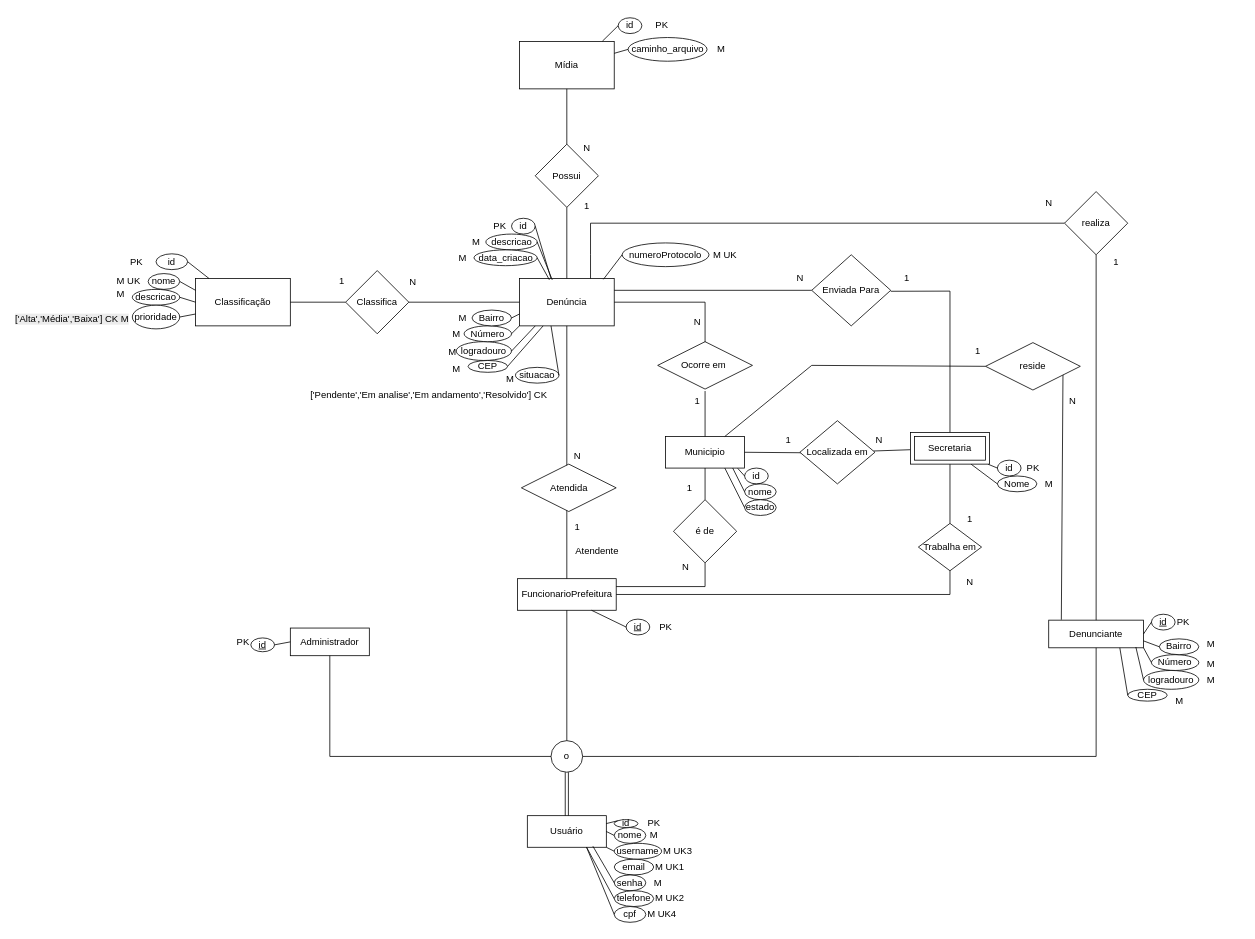
Above: Outras_disciplinas/Banco de Dados/FalaCidade.drawio in RRomano00/Fala-Cidade (draw.io), before the change. Source tidied: cells renumbered, new cells numbered last; positions are measured from the earlier drawing's top-left corner, leaving out a move shared by most shapes. Both pictures are drawn from the tidied source at 79%, with x=0, y=0 at pixel (13, 13).
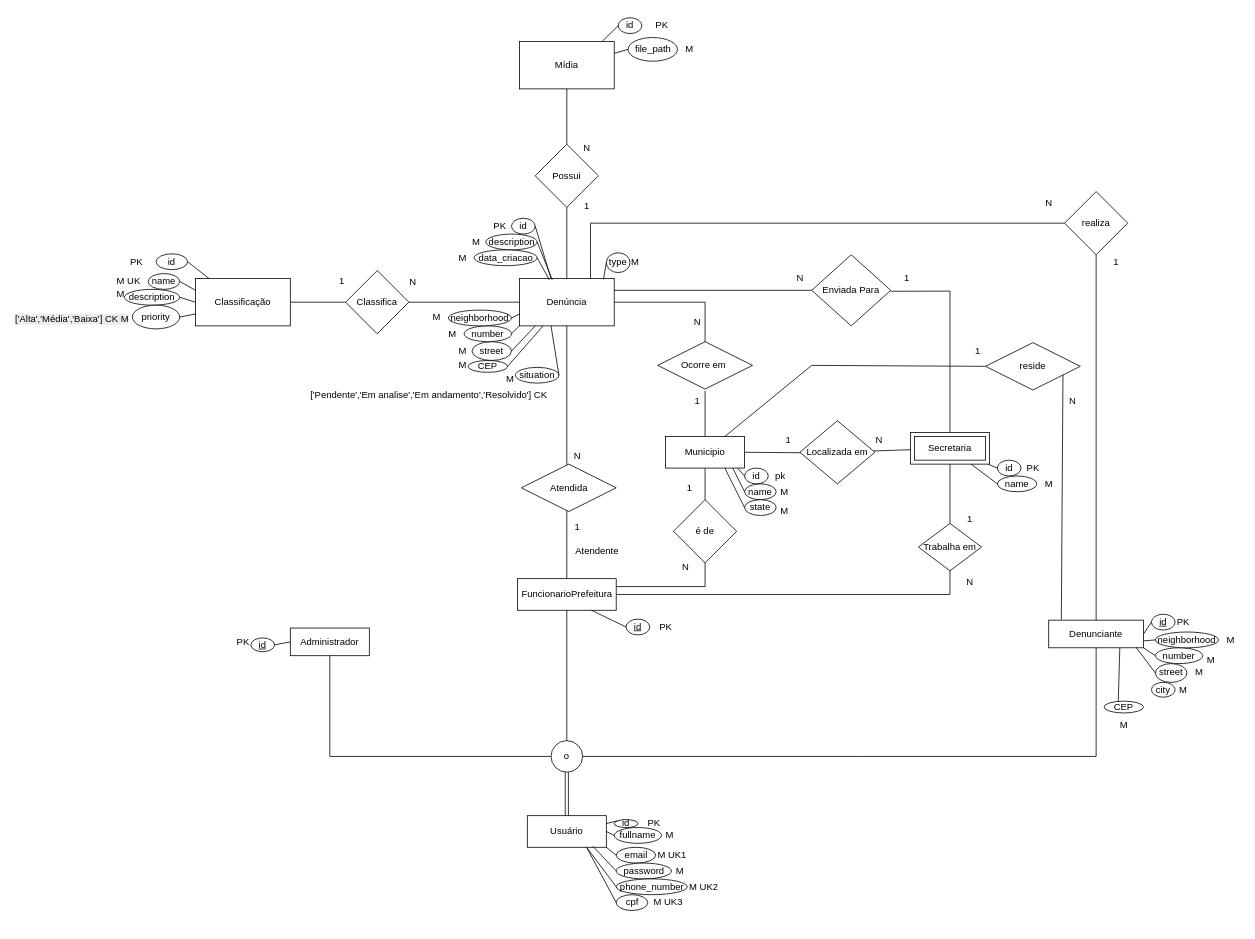
The same diagram, later.

Commit message:
feat: traducao do MER para ingles

Unchanged cells that the change refers to:
```xml
<mxCell id="2" value="Usuário" style="whiteSpace=wrap;html=1;align=center;" parent="1" vertex="1">
  <mxGeometry x="650" y="1015" width="100" height="40" as="geometry" />
</mxCell>
<mxCell id="30" value="&lt;div&gt;&lt;span style=&quot;background-color: transparent; color: light-dark(rgb(0, 0, 0), rgb(255, 255, 255));&quot;&gt;Denunciante&lt;/span&gt;&lt;/div&gt;" style="whiteSpace=wrap;html=1;" parent="1" vertex="1">
  <mxGeometry x="1310" y="767.5" width="120" height="35" as="geometry" />
</mxCell>
```

Change to the diagram source:
```diff
@@
-    <mxCell id="4" value="nome" style="ellipse;whiteSpace=wrap;html=1;" parent="1" vertex="1">
-      <mxGeometry x="760" y="1030" width="40" height="20" as="geometry" />
+    <mxCell id="4" value="fullname" style="ellipse;whiteSpace=wrap;html=1;" parent="1" vertex="1">
+      <mxGeometry x="760" y="1030" width="60" height="20" as="geometry" />
     </mxCell>
     <mxCell id="5" value="email" style="ellipse;whiteSpace=wrap;html=1;" parent="1" vertex="1">
-      <mxGeometry x="760" y="1070" width="50" height="20" as="geometry" />
+      <mxGeometry x="762.5" y="1055" width="50" height="20" as="geometry" />
     </mxCell>
-    <mxCell id="6" value="senha" style="ellipse;whiteSpace=wrap;html=1;" parent="1" vertex="1">
-      <mxGeometry x="760" y="1090" width="40" height="20" as="geometry" />
+    <mxCell id="6" value="password" style="ellipse;whiteSpace=wrap;html=1;" parent="1" vertex="1">
+      <mxGeometry x="762.5" y="1075" width="70" height="20" as="geometry" />
     </mxCell>
-    <mxCell id="7" value="telefone" style="ellipse;whiteSpace=wrap;html=1;" parent="1" vertex="1">
-      <mxGeometry x="760" y="1110" width="50" height="20" as="geometry" />
+    <mxCell id="7" value="phone_number" style="ellipse;whiteSpace=wrap;html=1;" parent="1" vertex="1">
+      <mxGeometry x="762.5" y="1095" width="90" height="20" as="geometry" />
     </mxCell>
@@
     <mxCell id="9" value="M" style="text;html=1;align=center;verticalAlign=middle;strokeColor=none;fillColor=none;" parent="1" vertex="1">
-      <mxGeometry x="795" y="1025" width="30" height="30" as="geometry" />
+      <mxGeometry x="815" y="1025" width="30" height="30" as="geometry" />
     </mxCell>
     <mxCell id="10" value="M UK1" style="text;html=1;align=center;verticalAlign=middle;strokeColor=none;fillColor=none;" parent="1" vertex="1">
-      <mxGeometry x="800" y="1065" width="60" height="30" as="geometry" />
+      <mxGeometry x="802.5" y="1050" width="60" height="30" as="geometry" />
     </mxCell>
     <mxCell id="11" value="M" style="text;html=1;align=center;verticalAlign=middle;strokeColor=none;fillColor=none;" parent="1" vertex="1">
-      <mxGeometry x="800" y="1085" width="30" height="30" as="geometry" />
+      <mxGeometry x="827.5" y="1070" width="30" height="30" as="geometry" />
     </mxCell>
     <mxCell id="12" value="M UK2" style="text;html=1;align=center;verticalAlign=middle;strokeColor=none;fillColor=none;" parent="1" vertex="1">
-      <mxGeometry x="800" y="1105" width="60" height="30" as="geometry" />
+      <mxGeometry x="842.5" y="1090" width="60" height="30" as="geometry" />
     </mxCell>
@@
-    <mxCell id="23" value="username" style="ellipse;whiteSpace=wrap;html=1;" parent="1" vertex="1">
-      <mxGeometry x="760" y="1050" width="60" height="20" as="geometry" />
-    </mxCell>
-    <mxCell id="24" style="endArrow=none;html=1;rounded=0;exitX=1;exitY=1;exitDx=0;exitDy=0;entryX=0;entryY=0.5;entryDx=0;entryDy=0;" parent="1" edge="1" source="2" target="23">
-      <mxGeometry relative="1" as="geometry" />
-    </mxCell>
-    <mxCell id="25" value="M UK3" style="text;html=1;align=center;verticalAlign=middle;strokeColor=none;fillColor=none;" parent="1" vertex="1">
-      <mxGeometry x="810" y="1045" width="60" height="30" as="geometry" />
-    </mxCell>
@@
-    <mxCell id="51" value="Nome" style="ellipse;whiteSpace=wrap;html=1;" parent="1" vertex="1">
+    <mxCell id="51" value="name" style="ellipse;whiteSpace=wrap;html=1;" parent="1" vertex="1">
       <mxGeometry x="1245" y="585" width="50" height="20" as="geometry" />
     </mxCell>
@@
-    <mxCell id="61" value="nome" style="ellipse;whiteSpace=wrap;html=1;" parent="1" vertex="1">
+    <mxCell id="61" value="name" style="ellipse;whiteSpace=wrap;html=1;" parent="1" vertex="1">
       <mxGeometry x="925" y="595" width="40" height="20" as="geometry" />
     </mxCell>
-    <mxCell id="62" value="estado" style="ellipse;whiteSpace=wrap;html=1;" parent="1" vertex="1">
+    <mxCell id="62" value="state" style="ellipse;whiteSpace=wrap;html=1;" parent="1" vertex="1">
       <mxGeometry x="925" y="615" width="40" height="20" as="geometry" />
     </mxCell>
@@
-    <mxCell id="75" value="descricao" style="ellipse;whiteSpace=wrap;html=1;" parent="1" vertex="1">
+    <mxCell id="75" value="description" style="ellipse;whiteSpace=wrap;html=1;" parent="1" vertex="1">
       <mxGeometry x="597.5" y="278.8" width="65" height="20" as="geometry" />
     </mxCell>
@@
     <mxCell id="83" value="cpf" style="ellipse;whiteSpace=wrap;html=1;" parent="1" vertex="1">
-      <mxGeometry x="760" y="1130" width="40" height="20" as="geometry" />
+      <mxGeometry x="762.5" y="1115" width="40" height="20" as="geometry" />
     </mxCell>
@@
-    <mxCell id="85" value="M UK4" style="text;html=1;align=center;verticalAlign=middle;strokeColor=none;fillColor=none;" parent="1" vertex="1">
-      <mxGeometry x="790" y="1125" width="60" height="30" as="geometry" />
+    <mxCell id="85" value="M UK3" style="text;html=1;align=center;verticalAlign=middle;strokeColor=none;fillColor=none;" parent="1" vertex="1">
+      <mxGeometry x="797.5" y="1110" width="60" height="30" as="geometry" />
     </mxCell>
-    <mxCell id="86" value="situacao" style="ellipse;whiteSpace=wrap;html=1;" parent="1" vertex="1">
+    <mxCell id="86" value="situation" style="ellipse;whiteSpace=wrap;html=1;" parent="1" vertex="1">
       <mxGeometry x="635" y="447.5" width="55" height="20" as="geometry" />
     </mxCell>
@@
-    <mxCell id="97" value="logradouro" style="ellipse;whiteSpace=wrap;html=1;align=center;" parent="1" vertex="1">
-      <mxGeometry x="560" y="415" width="70" height="23.8" as="geometry" />
+    <mxCell id="97" value="street" style="ellipse;whiteSpace=wrap;html=1;align=center;" parent="1" vertex="1">
+      <mxGeometry x="580" y="415" width="50" height="23.8" as="geometry" />
     </mxCell>
-    <mxCell id="98" value="Número" style="ellipse;whiteSpace=wrap;html=1;align=center;" parent="1" vertex="1">
+    <mxCell id="98" value="number" style="ellipse;whiteSpace=wrap;html=1;align=center;" parent="1" vertex="1">
       <mxGeometry x="570" y="395" width="60" height="20" as="geometry" />
     </mxCell>
-    <mxCell id="99" value="Bairro" style="ellipse;whiteSpace=wrap;html=1;align=center;" parent="1" vertex="1">
-      <mxGeometry x="580" y="375" width="50" height="20" as="geometry" />
+    <mxCell id="99" value="neighborhood" style="ellipse;whiteSpace=wrap;html=1;align=center;" parent="1" vertex="1">
+      <mxGeometry x="550" y="375" width="80" height="20" as="geometry" />
     </mxCell>
@@
-    <mxCell id="111" value="logradouro" style="ellipse;whiteSpace=wrap;html=1;align=center;" parent="1" vertex="1">
-      <mxGeometry x="1430" y="831.2" width="70" height="23.8" as="geometry" />
+    <mxCell id="111" value="street" style="ellipse;whiteSpace=wrap;html=1;align=center;" parent="1" vertex="1">
+      <mxGeometry x="1445" y="822.5" width="40" height="23.8" as="geometry" />
     </mxCell>
-    <mxCell id="112" value="Número" style="ellipse;whiteSpace=wrap;html=1;align=center;" parent="1" vertex="1">
-      <mxGeometry x="1440" y="811.2" width="60" height="20" as="geometry" />
+    <mxCell id="112" value="number" style="ellipse;whiteSpace=wrap;html=1;align=center;" parent="1" vertex="1">
+      <mxGeometry x="1445" y="802.5" width="60" height="20" as="geometry" />
     </mxCell>
-    <mxCell id="113" value="Bairro" style="ellipse;whiteSpace=wrap;html=1;align=center;" parent="1" vertex="1">
-      <mxGeometry x="1450" y="791.2" width="50" height="20" as="geometry" />
+    <mxCell id="113" value="neighborhood" style="ellipse;whiteSpace=wrap;html=1;align=center;" parent="1" vertex="1">
+      <mxGeometry x="1445" y="782.5" width="80" height="20" as="geometry" />
     </mxCell>
     <mxCell id="114" value="CEP" style="ellipse;whiteSpace=wrap;html=1;align=center;" parent="1" vertex="1">
-      <mxGeometry x="1410" y="855" width="50" height="15" as="geometry" />
+      <mxGeometry x="1380" y="870" width="50" height="15" as="geometry" />
     </mxCell>
@@
-    <mxCell id="118" style="endArrow=none;html=1;rounded=0;exitX=0;exitY=0.5;exitDx=0;exitDy=0;entryX=0.75;entryY=1;entryDx=0;entryDy=0;" parent="1" edge="1" source="114" target="30">
+    <mxCell id="118" style="endArrow=none;html=1;rounded=0;entryX=0.75;entryY=1;entryDx=0;entryDy=0;exitX=0.36;exitY=0.044;exitDx=0;exitDy=0;exitPerimeter=0;" parent="1" edge="1" source="114" target="30">
       <mxGeometry relative="1" as="geometry" />
     </mxCell>
@@
     <mxCell id="135" value="M" style="text;html=1;align=center;verticalAlign=middle;strokeColor=none;fillColor=none;" parent="1" vertex="1">
-      <mxGeometry x="1500" y="782.5" width="30" height="30" as="geometry" />
+      <mxGeometry x="1525" y="777.5" width="30" height="30" as="geometry" />
     </mxCell>
     <mxCell id="136" value="M" style="text;html=1;align=center;verticalAlign=middle;strokeColor=none;fillColor=none;" parent="1" vertex="1">
-      <mxGeometry x="1500" y="807.5" width="30" height="30" as="geometry" />
+      <mxGeometry x="1500" y="802.5" width="30" height="30" as="geometry" />
     </mxCell>
     <mxCell id="137" value="M" style="text;html=1;align=center;verticalAlign=middle;strokeColor=none;fillColor=none;" parent="1" vertex="1">
-      <mxGeometry x="1460" y="855" width="30" height="30" as="geometry" />
+      <mxGeometry x="1390" y="885" width="30" height="30" as="geometry" />
     </mxCell>
     <mxCell id="138" value="M" style="text;html=1;align=center;verticalAlign=middle;strokeColor=none;fillColor=none;" parent="1" vertex="1">
-      <mxGeometry x="1500" y="828.1" width="30" height="30" as="geometry" />
+      <mxGeometry x="1485" y="819.4" width="30" height="30" as="geometry" />
     </mxCell>
     <mxCell id="139" value="M" style="text;html=1;align=center;verticalAlign=middle;strokeColor=none;fillColor=none;" parent="1" vertex="1">
-      <mxGeometry x="552.5" y="370" width="30" height="30" as="geometry" />
+      <mxGeometry x="520" y="368.8" width="30" height="30" as="geometry" />
     </mxCell>
     <mxCell id="140" value="M" style="text;html=1;align=center;verticalAlign=middle;strokeColor=none;fillColor=none;" parent="1" vertex="1">
-      <mxGeometry x="545" y="390" width="30" height="30" as="geometry" />
+      <mxGeometry x="540" y="390" width="30" height="30" as="geometry" />
     </mxCell>
     <mxCell id="141" value="M" style="text;html=1;align=center;verticalAlign=middle;strokeColor=none;fillColor=none;" parent="1" vertex="1">
-      <mxGeometry x="540" y="412.5" width="30" height="30" as="geometry" />
+      <mxGeometry x="552.5" y="411.9" width="30" height="30" as="geometry" />
     </mxCell>
     <mxCell id="142" value="M" style="text;html=1;align=center;verticalAlign=middle;strokeColor=none;fillColor=none;" parent="1" vertex="1">
-      <mxGeometry x="545" y="435" width="30" height="30" as="geometry" />
+      <mxGeometry x="552.5" y="430" width="30" height="30" as="geometry" />
     </mxCell>
@@
-    <mxCell id="151" value="numeroProtocolo" style="ellipse;whiteSpace=wrap;html=1;" parent="1" vertex="1">
-      <mxGeometry x="770" y="290" width="110" height="30" as="geometry" />
+    <mxCell id="151" value="type" style="ellipse;whiteSpace=wrap;html=1;" parent="1" vertex="1">
+      <mxGeometry x="750" y="302.5" width="30" height="25" as="geometry" />
     </mxCell>
@@
-    <mxCell id="153" value="M UK" style="text;html=1;align=center;verticalAlign=middle;strokeColor=none;fillColor=none;" parent="1" vertex="1">
-      <mxGeometry x="875" y="290" width="50" height="30" as="geometry" />
+    <mxCell id="153" value="M&amp;nbsp;" style="text;html=1;align=center;verticalAlign=middle;strokeColor=none;fillColor=none;" parent="1" vertex="1">
+      <mxGeometry x="767.5" y="298.8" width="40" height="30" as="geometry" />
     </mxCell>
-    <mxCell id="154" value="nome" style="ellipse;whiteSpace=wrap;html=1;" parent="1" vertex="1">
+    <mxCell id="154" value="name" style="ellipse;whiteSpace=wrap;html=1;" parent="1" vertex="1">
       <mxGeometry x="170" y="328.8" width="40" height="20" as="geometry" />
     </mxCell>
@@
-    <mxCell id="157" value="descricao" style="ellipse;whiteSpace=wrap;html=1;" parent="1" vertex="1">
-      <mxGeometry x="150" y="348.8" width="60" height="20" as="geometry" />
+    <mxCell id="157" value="description" style="ellipse;whiteSpace=wrap;html=1;" parent="1" vertex="1">
+      <mxGeometry x="140" y="348.8" width="70" height="20" as="geometry" />
     </mxCell>
@@
-    <mxCell id="159" value="prioridade" style="ellipse;whiteSpace=wrap;html=1;" parent="1" vertex="1">
+    <mxCell id="159" value="priority" style="ellipse;whiteSpace=wrap;html=1;" parent="1" vertex="1">
       <mxGeometry x="150" y="368.8" width="60" height="30" as="geometry" />
     </mxCell>
@@
-    <mxCell id="164" value="caminho_arquivo" style="ellipse;whiteSpace=wrap;html=1;" parent="1" vertex="1">
-      <mxGeometry x="777.5" y="30" width="100" height="30" as="geometry" />
+    <mxCell id="164" value="file_path" style="ellipse;whiteSpace=wrap;html=1;" parent="1" vertex="1">
+      <mxGeometry x="777.5" y="30" width="62.5" height="30" as="geometry" />
     </mxCell>
@@
     <mxCell id="166" value="M" style="text;html=1;align=center;verticalAlign=middle;strokeColor=none;fillColor=none;" parent="1" vertex="1">
-      <mxGeometry x="880" y="30" width="30" height="30" as="geometry" />
+      <mxGeometry x="840" y="30" width="30" height="30" as="geometry" />
     </mxCell>
+    <mxCell id="167" style="endArrow=none;html=1;rounded=0;exitX=1;exitY=1;exitDx=0;exitDy=0;entryX=0;entryY=0.5;entryDx=0;entryDy=0;" parent="1" edge="1" source="2" target="5">
+      <mxGeometry relative="1" as="geometry" />
+    </mxCell>
+    <mxCell id="168" value="pk" style="text;html=1;align=center;verticalAlign=middle;strokeColor=none;fillColor=none;" parent="1" vertex="1">
+      <mxGeometry x="950" y="570" width="40" height="30" as="geometry" />
+    </mxCell>
+    <mxCell id="169" value="M" style="text;html=1;align=center;verticalAlign=middle;strokeColor=none;fillColor=none;" parent="1" vertex="1">
+      <mxGeometry x="960" y="590" width="30" height="30" as="geometry" />
+    </mxCell>
+    <mxCell id="170" value="M" style="text;html=1;align=center;verticalAlign=middle;strokeColor=none;fillColor=none;" parent="1" vertex="1">
+      <mxGeometry x="960" y="615" width="30" height="30" as="geometry" />
+    </mxCell>
+    <mxCell id="171" value="city" style="ellipse;whiteSpace=wrap;html=1;" parent="1" vertex="1">
+      <mxGeometry x="1440" y="846.2" width="30" height="18.8" as="geometry" />
+    </mxCell>
+    <mxCell id="172" value="M" style="text;html=1;align=center;verticalAlign=middle;strokeColor=none;fillColor=none;" parent="1" vertex="1">
+      <mxGeometry x="1465" y="840.6" width="30" height="30" as="geometry" />
+    </mxCell>
```
